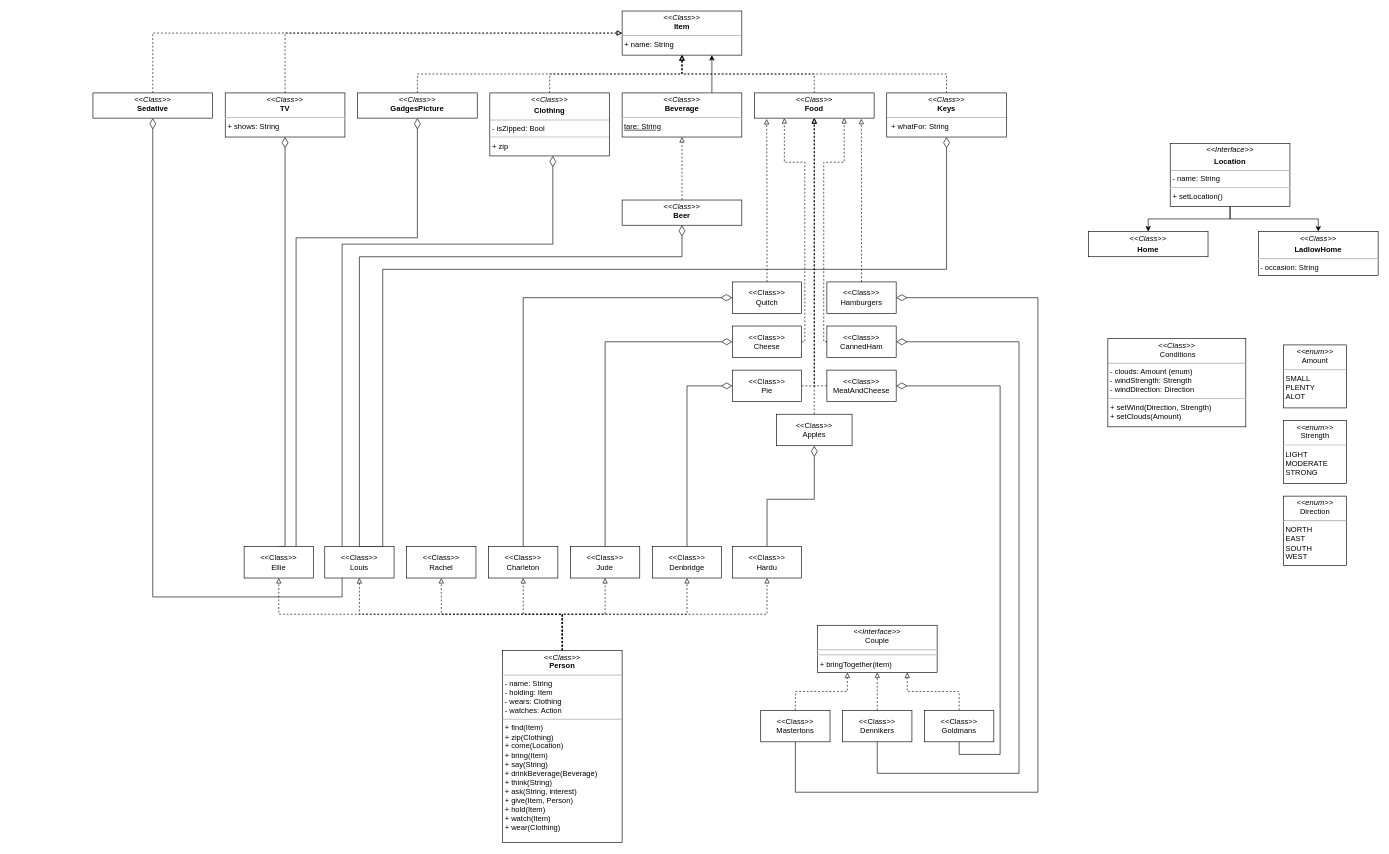
Above: Untitled Diagram.drawio in Sat1l/laba4 (draw.io), before the change. Source tidied: cells renumbered, new cells numbered last; positions are measured from the earlier drawing's top-left corner, leaving out a move shared by most shapes. Both pictures are drawn from the tidied source at 63%, with x=0, y=0 at pixel (93, 11).
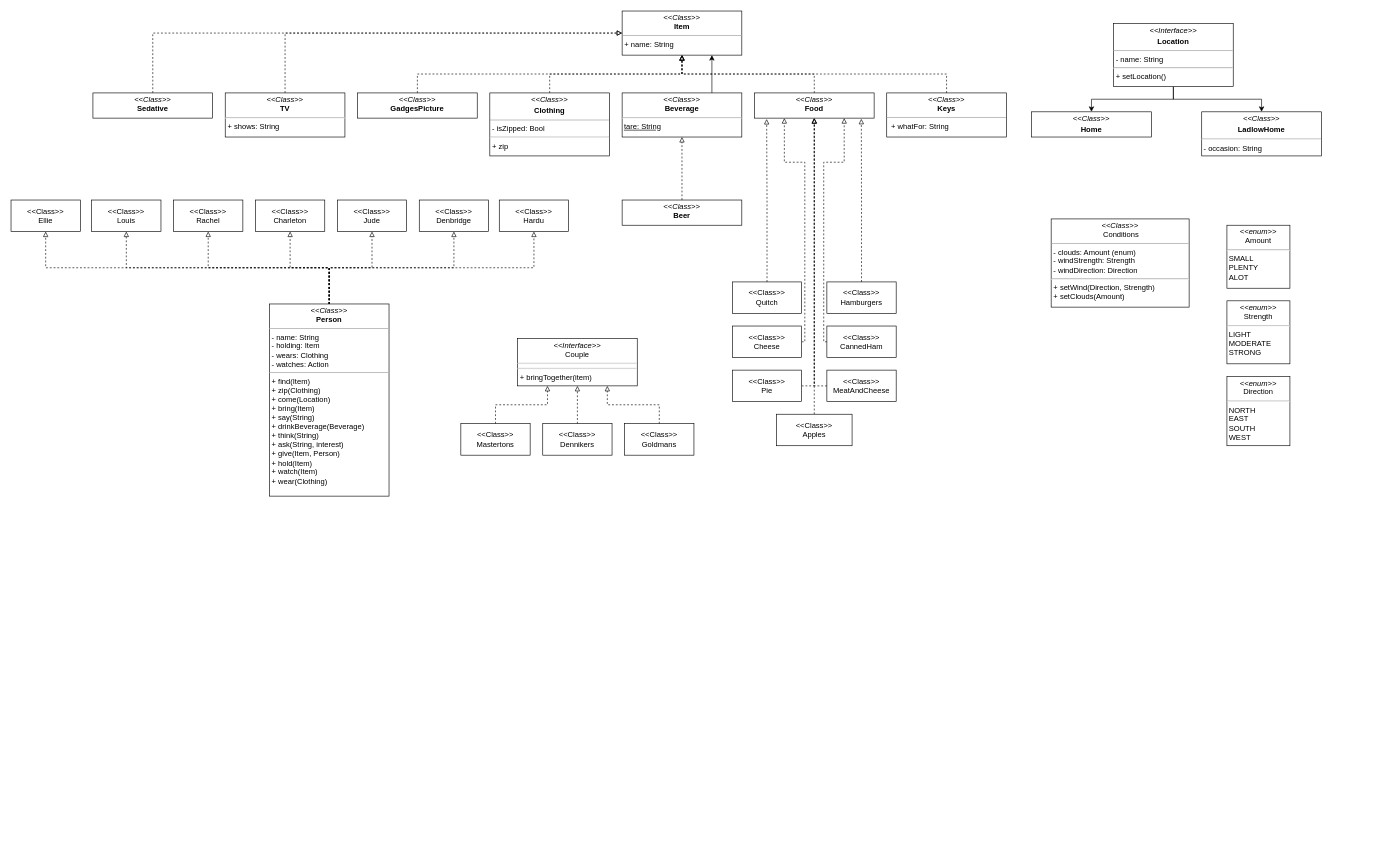
After the change.

The change refers to these unchanged cells:
```xml
<mxCell id="12" value="&lt;p style=&quot;margin:0px;margin-top:4px;text-align:center;&quot;&gt;&lt;i&gt;&amp;lt;&amp;lt;Class&amp;gt;&amp;gt;&lt;/i&gt;&lt;br&gt;&lt;b&gt;GadgesPicture&lt;/b&gt;&lt;/p&gt;&lt;p style=&quot;margin:0px;margin-left:4px;&quot;&gt;&lt;br&gt;&lt;/p&gt;" style="verticalAlign=top;align=left;overflow=fill;fontSize=12;fontFamily=Helvetica;html=1;whiteSpace=wrap;" parent="1" vertex="1">
  <mxGeometry x="420" y="130" width="190" height="40" as="geometry" />
</mxCell>
<mxCell id="14" value="&lt;p style=&quot;margin:0px;margin-top:4px;text-align:center;&quot;&gt;&lt;i&gt;&amp;lt;&amp;lt;Class&lt;/i&gt;&lt;i&gt;&amp;gt;&amp;gt;&lt;/i&gt;&lt;/p&gt;&lt;p style=&quot;margin:0px;margin-top:4px;text-align:center;&quot;&gt;&lt;b&gt;Clothing&lt;/b&gt;&lt;/p&gt;&lt;hr size=&quot;1&quot;&gt;&lt;p style=&quot;margin:0px;margin-left:4px;&quot;&gt;- isZipped: Bool&lt;/p&gt;&lt;hr&gt;&lt;p style=&quot;margin:0px;margin-left:4px;&quot;&gt;+ zip&lt;/p&gt;" style="verticalAlign=top;align=left;overflow=fill;fontSize=12;fontFamily=Helvetica;html=1;whiteSpace=wrap;" parent="1" vertex="1">
  <mxGeometry x="630" y="130" width="190" height="100" as="geometry" />
</mxCell>
<mxCell id="21" value="&lt;p style=&quot;margin:0px;margin-top:4px;text-align:center;&quot;&gt;&lt;i&gt;&amp;lt;&amp;lt;Class&amp;gt;&amp;gt;&lt;/i&gt;&lt;br&gt;&lt;b&gt;Keys&lt;/b&gt;&lt;/p&gt;&lt;hr size=&quot;1&quot;&gt;&lt;p style=&quot;margin:0px;margin-left:4px;&quot;&gt;&amp;nbsp;+ whatFor: String&lt;/p&gt;" style="verticalAlign=top;align=left;overflow=fill;fontSize=12;fontFamily=Helvetica;html=1;whiteSpace=wrap;" parent="1" vertex="1">
  <mxGeometry x="1260" y="130" width="190" height="70" as="geometry" />
</mxCell>
<mxCell id="26" value="&lt;p style=&quot;margin:0px;margin-top:4px;text-align:center;&quot;&gt;&lt;i&gt;&amp;lt;&amp;lt;Class&amp;gt;&amp;gt;&lt;/i&gt;&lt;br&gt;&lt;b&gt;Beer&lt;/b&gt;&lt;/p&gt;&lt;p style=&quot;margin:0px;margin-left:4px;&quot;&gt;&lt;br&gt;&lt;/p&gt;" style="verticalAlign=top;align=left;overflow=fill;fontSize=12;fontFamily=Helvetica;html=1;whiteSpace=wrap;" parent="1" vertex="1">
  <mxGeometry x="840" y="300" width="190" height="40" as="geometry" />
</mxCell>
<mxCell id="42" value="&amp;lt;&amp;lt;Class&amp;gt;&amp;gt;&lt;br&gt;Quitch" style="html=1;whiteSpace=wrap;" parent="1" vertex="1">
  <mxGeometry x="1015" y="430" width="110" height="50" as="geometry" />
</mxCell>
<mxCell id="44" value="&amp;lt;&amp;lt;Class&amp;gt;&amp;gt;&lt;br&gt;Cheese" style="html=1;whiteSpace=wrap;" parent="1" vertex="1">
  <mxGeometry x="1015" y="500" width="110" height="50" as="geometry" />
</mxCell>
<mxCell id="46" value="&amp;lt;&amp;lt;Class&amp;gt;&amp;gt;&lt;br&gt;Pie" style="html=1;whiteSpace=wrap;" parent="1" vertex="1">
  <mxGeometry x="1015" y="570" width="110" height="50" as="geometry" />
</mxCell>
<mxCell id="47" value="&amp;lt;&amp;lt;Class&amp;gt;&amp;gt;&lt;br&gt;Hamburgers" style="html=1;whiteSpace=wrap;" parent="1" vertex="1">
  <mxGeometry x="1165" y="430" width="110" height="50" as="geometry" />
</mxCell>
<mxCell id="49" value="&amp;lt;&amp;lt;Class&amp;gt;&amp;gt;&lt;br&gt;CannedHam" style="html=1;whiteSpace=wrap;" parent="1" vertex="1">
  <mxGeometry x="1165" y="500" width="110" height="50" as="geometry" />
</mxCell>
<mxCell id="51" value="&amp;lt;&amp;lt;Class&amp;gt;&amp;gt;&lt;br&gt;MeatAndCheese" style="html=1;whiteSpace=wrap;" parent="1" vertex="1">
  <mxGeometry x="1165" y="570" width="110" height="50" as="geometry" />
</mxCell>
<mxCell id="53" value="&amp;lt;&amp;lt;Class&amp;gt;&amp;gt;&lt;br&gt;Apples" style="html=1;whiteSpace=wrap;" parent="1" vertex="1">
  <mxGeometry x="1085" y="640" width="120" height="50" as="geometry" />
</mxCell>
<mxCell id="67" value="&lt;p style=&quot;margin:0px;margin-top:4px;text-align:center;&quot;&gt;&lt;i&gt;&amp;lt;&amp;lt;Class&amp;gt;&amp;gt;&lt;/i&gt;&lt;br&gt;&lt;b&gt;TV&lt;/b&gt;&lt;/p&gt;&lt;hr&gt;&lt;p style=&quot;margin:0px;margin-left:4px;&quot;&gt;+ shows: String&lt;/p&gt;" style="verticalAlign=top;align=left;overflow=fill;fontSize=12;fontFamily=Helvetica;html=1;whiteSpace=wrap;" parent="1" vertex="1">
  <mxGeometry x="210" y="130" width="190" height="70" as="geometry" />
</mxCell>
<mxCell id="72" value="&lt;p style=&quot;margin:0px;margin-top:4px;text-align:center;&quot;&gt;&lt;i&gt;&amp;lt;&amp;lt;Class&amp;gt;&amp;gt;&lt;/i&gt;&lt;br&gt;&lt;b&gt;Sedative&lt;/b&gt;&lt;/p&gt;" style="verticalAlign=top;align=left;overflow=fill;fontSize=12;fontFamily=Helvetica;html=1;whiteSpace=wrap;" parent="1" vertex="1">
  <mxGeometry y="130" width="190" height="40" as="geometry" />
</mxCell>
```

Diff of the diagram source:
```diff
@@
     <mxCell id="9" value="&lt;p style=&quot;margin:0px;margin-top:4px;text-align:center;&quot;&gt;&lt;i&gt;&amp;lt;&amp;lt;Class&amp;gt;&amp;gt;&lt;/i&gt;&lt;br&gt;&lt;b&gt;Person&lt;/b&gt;&lt;/p&gt;&lt;hr size=&quot;1&quot;&gt;&lt;p style=&quot;margin:0px;margin-left:4px;&quot;&gt;- name: String&lt;/p&gt;&lt;p style=&quot;margin:0px;margin-left:4px;&quot;&gt;- holding: Item&lt;/p&gt;&lt;p style=&quot;margin:0px;margin-left:4px;&quot;&gt;- wears: Clothing&lt;/p&gt;&lt;p style=&quot;margin:0px;margin-left:4px;&quot;&gt;- watches: Action&lt;/p&gt;&lt;hr size=&quot;1&quot;&gt;&lt;p style=&quot;margin:0px;margin-left:4px;&quot;&gt;+ find(Item)&lt;br&gt;+ zip(Clothing)&lt;/p&gt;&lt;p style=&quot;margin:0px;margin-left:4px;&quot;&gt;+ come(Location)&lt;/p&gt;&lt;p style=&quot;margin:0px;margin-left:4px;&quot;&gt;+ bring(Item)&lt;/p&gt;&lt;p style=&quot;margin:0px;margin-left:4px;&quot;&gt;+ say(String)&lt;/p&gt;&lt;p style=&quot;margin:0px;margin-left:4px;&quot;&gt;+ drinkBeverage(Beverage)&lt;/p&gt;&lt;p style=&quot;margin:0px;margin-left:4px;&quot;&gt;+ think(String)&lt;/p&gt;&lt;p style=&quot;margin:0px;margin-left:4px;&quot;&gt;+ ask(String, interest)&lt;/p&gt;&lt;p style=&quot;margin:0px;margin-left:4px;&quot;&gt;+ give(Item, Person)&lt;/p&gt;&lt;p style=&quot;margin:0px;margin-left:4px;&quot;&gt;+ hold(Item)&lt;/p&gt;&lt;p style=&quot;margin:0px;margin-left:4px;&quot;&gt;+ watch(Item)&lt;/p&gt;&lt;p style=&quot;margin:0px;margin-left:4px;&quot;&gt;+ wear(Clothing)&lt;/p&gt;" style="verticalAlign=top;align=left;overflow=fill;fontSize=12;fontFamily=Helvetica;html=1;whiteSpace=wrap;" parent="1" vertex="1">
-      <mxGeometry x="650" y="1015" width="190" height="305" as="geometry" />
+      <mxGeometry x="280" y="465" width="190" height="305" as="geometry" />
     </mxCell>
@@
     <mxCell id="17" value="&lt;p style=&quot;margin:0px;margin-top:4px;text-align:center;&quot;&gt;&lt;i&gt;&amp;lt;&amp;lt;Class&amp;gt;&amp;gt;&lt;/i&gt;&lt;br&gt;&amp;nbsp;Conditions&lt;/p&gt;&lt;hr size=&quot;1&quot;&gt;&lt;p style=&quot;margin:0px;margin-left:4px;&quot;&gt;- clouds: Amount (enum)&lt;br&gt;&lt;/p&gt;&lt;p style=&quot;margin:0px;margin-left:4px;&quot;&gt;- windStrength: Strength&lt;/p&gt;&lt;p style=&quot;margin:0px;margin-left:4px;&quot;&gt;- windDirection: Direction&lt;/p&gt;&lt;hr&gt;&lt;p style=&quot;margin:0px;margin-left:4px;&quot;&gt;+ setWind(Direction, Strength)&lt;/p&gt;&lt;p style=&quot;margin:0px;margin-left:4px;&quot;&gt;+ setClouds(Amount)&lt;/p&gt;" style="verticalAlign=top;align=left;overflow=fill;fontSize=12;fontFamily=Helvetica;html=1;whiteSpace=wrap;" parent="1" vertex="1">
-      <mxGeometry x="1611" y="520" width="219" height="140" as="geometry" />
+      <mxGeometry x="1521" y="330" width="219" height="140" as="geometry" />
     </mxCell>
@@
     <mxCell id="24" value="&lt;p style=&quot;margin:0px;margin-top:4px;text-align:center;&quot;&gt;&lt;i&gt;&amp;lt;&amp;lt;Interface&lt;/i&gt;&lt;i&gt;&amp;gt;&amp;gt;&lt;/i&gt;&lt;/p&gt;&lt;p style=&quot;margin:0px;margin-top:4px;text-align:center;&quot;&gt;&lt;b&gt;Location&lt;/b&gt;&lt;/p&gt;&lt;hr size=&quot;1&quot;&gt;&lt;p style=&quot;margin:0px;margin-left:4px;&quot;&gt;- name: String&lt;/p&gt;&lt;hr&gt;&lt;p style=&quot;margin:0px;margin-left:4px;&quot;&gt;+ setLocation()&lt;/p&gt;" style="verticalAlign=top;align=left;overflow=fill;fontSize=12;fontFamily=Helvetica;html=1;whiteSpace=wrap;" parent="1" vertex="1">
-      <mxGeometry x="1710" y="210" width="190" height="100" as="geometry" />
+      <mxGeometry x="1620" y="20" width="190" height="100" as="geometry" />
     </mxCell>
@@
     <mxCell id="27" value="&lt;p style=&quot;margin:0px;margin-top:4px;text-align:center;&quot;&gt;&lt;i&gt;&amp;lt;&amp;lt;Class&lt;/i&gt;&lt;i&gt;&amp;gt;&amp;gt;&lt;/i&gt;&lt;/p&gt;&lt;p style=&quot;margin:0px;margin-top:4px;text-align:center;&quot;&gt;&lt;b&gt;Home&lt;/b&gt;&lt;/p&gt;" style="verticalAlign=top;align=left;overflow=fill;fontSize=12;fontFamily=Helvetica;html=1;whiteSpace=wrap;" parent="1" vertex="1">
-      <mxGeometry x="1580" y="350" width="190" height="40" as="geometry" />
+      <mxGeometry x="1490" y="160" width="190" height="40" as="geometry" />
     </mxCell>
-    <mxCell id="28" style="edgeStyle=orthogonalEdgeStyle;rounded=0;jettySize=auto;html=1;exitX=0.25;exitY=0;exitDx=0;exitDy=0;endArrow=diamondThin;endFill=0;endSize=15;" parent="1" edge="1" source="32" target="14">
-      <mxGeometry relative="1" as="geometry">
-        <Array as="points">
-          <mxPoint x="395" y="370" />
-          <mxPoint x="730" y="370" />
-        </Array>
-      </mxGeometry>
-    </mxCell>
-    <mxCell id="29" style="edgeStyle=orthogonalEdgeStyle;rounded=0;jettySize=auto;html=1;exitX=0.5;exitY=0;exitDx=0;exitDy=0;endArrow=diamondThin;endFill=0;endSize=15;" parent="1" edge="1" source="32" target="21">
-      <mxGeometry relative="1" as="geometry">
-        <Array as="points">
-          <mxPoint x="460" y="850" />
-          <mxPoint x="460" y="410" />
-          <mxPoint x="1355" y="410" />
-        </Array>
-      </mxGeometry>
-    </mxCell>
-    <mxCell id="30" style="edgeStyle=orthogonalEdgeStyle;rounded=0;jettySize=auto;html=1;exitX=0.5;exitY=0;exitDx=0;exitDy=0;entryX=0.5;entryY=1;entryDx=0;entryDy=0;endArrow=diamondThin;endFill=0;endSize=15;" parent="1" edge="1" source="32" target="26">
-      <mxGeometry relative="1" as="geometry">
-        <Array as="points">
-          <mxPoint x="423" y="390" />
-          <mxPoint x="935" y="390" />
-        </Array>
-      </mxGeometry>
-    </mxCell>
-    <mxCell id="31" style="edgeStyle=orthogonalEdgeStyle;rounded=0;jettySize=auto;html=1;exitX=0.25;exitY=1;exitDx=0;exitDy=0;endArrow=diamondThin;endFill=0;endSize=15;" parent="1" edge="1" source="32" target="72">
-      <mxGeometry relative="1" as="geometry">
-        <Array as="points">
-          <mxPoint x="395" y="930" />
-          <mxPoint x="95" y="930" />
-        </Array>
-      </mxGeometry>
-    </mxCell>
     <mxCell id="32" value="&amp;lt;&amp;lt;Class&amp;gt;&amp;gt;&lt;br&gt;Louis" style="html=1;whiteSpace=wrap;" parent="1" vertex="1">
-      <mxGeometry x="368" y="850" width="110" height="50" as="geometry" />
+      <mxGeometry x="-2" y="300" width="110" height="50" as="geometry" />
     </mxCell>
     <mxCell id="33" value="&amp;lt;&amp;lt;Class&amp;gt;&amp;gt;&lt;br&gt;Rachel" style="html=1;whiteSpace=wrap;" parent="1" vertex="1">
-      <mxGeometry x="498" y="850" width="110" height="50" as="geometry" />
+      <mxGeometry x="128" y="300" width="110" height="50" as="geometry" />
     </mxCell>
-    <mxCell id="34" style="edgeStyle=orthogonalEdgeStyle;rounded=0;jettySize=auto;html=1;exitX=0.5;exitY=0;exitDx=0;exitDy=0;entryX=0;entryY=0.5;entryDx=0;entryDy=0;endArrow=diamondThin;endFill=0;endSize=16;" parent="1" edge="1" source="35" target="42">
-      <mxGeometry relative="1" as="geometry" />
-    </mxCell>
     <mxCell id="35" value="&amp;lt;&amp;lt;Class&amp;gt;&amp;gt;&lt;br&gt;Charleton" style="html=1;whiteSpace=wrap;" parent="1" vertex="1">
-      <mxGeometry x="628" y="850" width="110" height="50" as="geometry" />
+      <mxGeometry x="258" y="300" width="110" height="50" as="geometry" />
     </mxCell>
-    <mxCell id="36" style="edgeStyle=orthogonalEdgeStyle;rounded=0;jettySize=auto;html=1;exitX=0.5;exitY=0;exitDx=0;exitDy=0;entryX=0;entryY=0.5;entryDx=0;entryDy=0;endArrow=diamondThin;endFill=0;endSize=15;" parent="1" edge="1" source="37" target="44">
-      <mxGeometry relative="1" as="geometry" />
-    </mxCell>
     <mxCell id="37" value="&amp;lt;&amp;lt;Class&amp;gt;&amp;gt;&lt;br&gt;Jude" style="html=1;whiteSpace=wrap;" parent="1" vertex="1">
-      <mxGeometry x="758" y="850" width="110" height="50" as="geometry" />
+      <mxGeometry x="388" y="300" width="110" height="50" as="geometry" />
     </mxCell>
-    <mxCell id="38" style="edgeStyle=orthogonalEdgeStyle;rounded=0;jettySize=auto;html=1;exitX=0.5;exitY=0;exitDx=0;exitDy=0;entryX=0;entryY=0.5;entryDx=0;entryDy=0;endArrow=diamondThin;endFill=0;endSize=15;" parent="1" edge="1" source="39" target="46">
-      <mxGeometry relative="1" as="geometry" />
-    </mxCell>
     <mxCell id="39" value="&amp;lt;&amp;lt;Class&amp;gt;&amp;gt;&lt;br&gt;Denbridge" style="html=1;whiteSpace=wrap;" parent="1" vertex="1">
-      <mxGeometry x="888" y="850" width="110" height="50" as="geometry" />
+      <mxGeometry x="518" y="300" width="110" height="50" as="geometry" />
     </mxCell>
-    <mxCell id="40" style="edgeStyle=orthogonalEdgeStyle;rounded=0;jettySize=auto;html=1;exitX=0.5;exitY=0;exitDx=0;exitDy=0;entryX=0.5;entryY=1;entryDx=0;entryDy=0;endArrow=diamondThin;endFill=0;endSize=15;" parent="1" edge="1" source="41" target="53">
-      <mxGeometry relative="1" as="geometry" />
-    </mxCell>
     <mxCell id="41" value="&amp;lt;&amp;lt;Class&amp;gt;&amp;gt;&lt;br&gt;Hardu" style="html=1;whiteSpace=wrap;" parent="1" vertex="1">
-      <mxGeometry x="1015" y="850" width="110" height="50" as="geometry" />
+      <mxGeometry x="645" y="300" width="110" height="50" as="geometry" />
     </mxCell>
@@
     <mxCell id="56" value="&lt;p style=&quot;margin:0px;margin-top:4px;text-align:center;&quot;&gt;&lt;i&gt;&amp;lt;&amp;lt;Interface&amp;gt;&amp;gt;&lt;/i&gt;&lt;br&gt;Couple&lt;/p&gt;&lt;hr&gt;&lt;hr&gt;&lt;p style=&quot;margin:0px;margin-left:4px;&quot;&gt;+ bringTogether(item)&lt;/p&gt;" style="verticalAlign=top;align=left;overflow=fill;fontSize=12;fontFamily=Helvetica;html=1;whiteSpace=wrap;" parent="1" vertex="1">
-      <mxGeometry x="1150" y="975" width="190" height="75" as="geometry" />
+      <mxGeometry x="674" y="520" width="190" height="75" as="geometry" />
     </mxCell>
@@
-    <mxCell id="58" style="edgeStyle=orthogonalEdgeStyle;rounded=0;jettySize=auto;html=1;exitX=0.5;exitY=1;exitDx=0;exitDy=0;entryX=1;entryY=0.5;entryDx=0;entryDy=0;endArrow=diamondThin;endFill=0;endSize=15;" parent="1" edge="1" source="59" target="47">
-      <mxGeometry relative="1" as="geometry">
-        <Array as="points">
-          <mxPoint x="1115" y="1240" />
-          <mxPoint x="1500" y="1240" />
-          <mxPoint x="1500" y="455" />
-        </Array>
-      </mxGeometry>
-    </mxCell>
     <mxCell id="59" value="&amp;lt;&amp;lt;Class&amp;gt;&amp;gt;&lt;br&gt;Mastertons" style="html=1;whiteSpace=wrap;" parent="1" vertex="1">
-      <mxGeometry x="1060" y="1110" width="110" height="50" as="geometry" />
+      <mxGeometry x="584" y="655" width="110" height="50" as="geometry" />
     </mxCell>
@@
-    <mxCell id="61" style="edgeStyle=orthogonalEdgeStyle;rounded=0;jettySize=auto;html=1;exitX=0.5;exitY=1;exitDx=0;exitDy=0;entryX=1;entryY=0.5;entryDx=0;entryDy=0;endSize=15;endArrow=diamondThin;endFill=0;" parent="1" edge="1" source="62" target="49">
-      <mxGeometry relative="1" as="geometry">
-        <Array as="points">
-          <mxPoint x="1245" y="1210" />
-          <mxPoint x="1470" y="1210" />
-          <mxPoint x="1470" y="525" />
-        </Array>
-      </mxGeometry>
-    </mxCell>
     <mxCell id="62" value="&amp;lt;&amp;lt;Class&amp;gt;&amp;gt;&lt;br&gt;Dennikers" style="html=1;whiteSpace=wrap;" parent="1" vertex="1">
-      <mxGeometry x="1190" y="1110" width="110" height="50" as="geometry" />
+      <mxGeometry x="714" y="655" width="110" height="50" as="geometry" />
     </mxCell>
@@
-    <mxCell id="64" style="edgeStyle=orthogonalEdgeStyle;rounded=0;jettySize=auto;html=1;exitX=0.5;exitY=1;exitDx=0;exitDy=0;entryX=1;entryY=0.5;entryDx=0;entryDy=0;endArrow=diamondThin;endFill=0;endSize=15;" parent="1" edge="1" source="65" target="51">
-      <mxGeometry relative="1" as="geometry">
-        <Array as="points">
-          <mxPoint x="1375" y="1180" />
-          <mxPoint x="1440" y="1180" />
-          <mxPoint x="1440" y="595" />
-        </Array>
-      </mxGeometry>
-    </mxCell>
     <mxCell id="65" value="&amp;lt;&amp;lt;Class&amp;gt;&amp;gt;&lt;br&gt;Goldmans" style="html=1;whiteSpace=wrap;" parent="1" vertex="1">
-      <mxGeometry x="1320" y="1110" width="110" height="50" as="geometry" />
+      <mxGeometry x="844" y="655" width="110" height="50" as="geometry" />
     </mxCell>
@@
-    <mxCell id="68" style="edgeStyle=orthogonalEdgeStyle;rounded=0;jettySize=auto;html=1;exitX=0.5;exitY=0;exitDx=0;exitDy=0;endArrow=diamondThin;endFill=0;endSize=15;" parent="1" edge="1" source="70" target="67">
-      <mxGeometry relative="1" as="geometry">
-        <Array as="points">
-          <mxPoint x="305" y="850" />
-        </Array>
-      </mxGeometry>
-    </mxCell>
-    <mxCell id="69" style="edgeStyle=orthogonalEdgeStyle;rounded=0;jettySize=auto;html=1;exitX=0.75;exitY=0;exitDx=0;exitDy=0;endArrow=diamondThin;endFill=0;endSize=15;" parent="1" edge="1" source="70" target="12">
-      <mxGeometry relative="1" as="geometry">
-        <Array as="points">
-          <mxPoint x="323" y="360" />
-          <mxPoint x="515" y="360" />
-        </Array>
-      </mxGeometry>
-    </mxCell>
     <mxCell id="70" value="&amp;lt;&amp;lt;Class&amp;gt;&amp;gt;&lt;br&gt;Ellie" style="html=1;whiteSpace=wrap;" parent="1" vertex="1">
-      <mxGeometry x="240" y="850" width="110" height="50" as="geometry" />
+      <mxGeometry x="-130" y="300" width="110" height="50" as="geometry" />
     </mxCell>
@@
     <mxCell id="73" value="&lt;p style=&quot;margin:0px;margin-top:4px;text-align:center;&quot;&gt;&lt;i&gt;&amp;lt;&amp;lt;enum&amp;gt;&amp;gt;&lt;/i&gt;&lt;br&gt;Amount&lt;/p&gt;&lt;hr&gt;&amp;nbsp;SMALL&lt;br&gt;&amp;nbsp;PLENTY&lt;br&gt;&amp;nbsp;ALOT" style="verticalAlign=top;align=left;overflow=fill;fontSize=12;fontFamily=Helvetica;html=1;whiteSpace=wrap;" parent="1" vertex="1">
-      <mxGeometry x="1890" y="530" width="100" height="100" as="geometry" />
+      <mxGeometry x="1800" y="340" width="100" height="100" as="geometry" />
     </mxCell>
     <mxCell id="74" value="&lt;p style=&quot;margin:0px;margin-top:4px;text-align:center;&quot;&gt;&lt;i&gt;&amp;lt;&amp;lt;enum&amp;gt;&amp;gt;&lt;/i&gt;&lt;br&gt;Strength&lt;/p&gt;&lt;hr&gt;&amp;nbsp;LIGHT&lt;br&gt;&amp;nbsp;MODERATE&lt;br&gt;&amp;nbsp;STRONG" style="verticalAlign=top;align=left;overflow=fill;fontSize=12;fontFamily=Helvetica;html=1;whiteSpace=wrap;" parent="1" vertex="1">
-      <mxGeometry x="1890" y="650" width="100" height="100" as="geometry" />
+      <mxGeometry x="1800" y="460" width="100" height="100" as="geometry" />
     </mxCell>
     <mxCell id="75" value="&lt;p style=&quot;margin:0px;margin-top:4px;text-align:center;&quot;&gt;&lt;i&gt;&amp;lt;&amp;lt;enum&amp;gt;&amp;gt;&lt;/i&gt;&lt;br&gt;Direction&lt;/p&gt;&lt;hr&gt;&amp;nbsp;NORTH&lt;br&gt;&amp;nbsp;EAST&lt;br&gt;&amp;nbsp;SOUTH&lt;br&gt;&amp;nbsp;WEST" style="verticalAlign=top;align=left;overflow=fill;fontSize=12;fontFamily=Helvetica;html=1;whiteSpace=wrap;" parent="1" vertex="1">
-      <mxGeometry x="1890" y="770" width="100" height="110" as="geometry" />
+      <mxGeometry x="1800" y="580" width="100" height="110" as="geometry" />
     </mxCell>
     <mxCell id="76" value="&lt;p style=&quot;margin:0px;margin-top:4px;text-align:center;&quot;&gt;&lt;i&gt;&amp;lt;&amp;lt;Class&lt;/i&gt;&lt;i&gt;&amp;gt;&amp;gt;&lt;/i&gt;&lt;/p&gt;&lt;p style=&quot;margin:0px;margin-top:4px;text-align:center;&quot;&gt;&lt;b&gt;LadlowHome&lt;/b&gt;&lt;/p&gt;&lt;hr&gt;&amp;nbsp;- occasion: String" style="verticalAlign=top;align=left;overflow=fill;fontSize=12;fontFamily=Helvetica;html=1;whiteSpace=wrap;" parent="1" vertex="1">
-      <mxGeometry x="1850" y="350" width="190" height="70" as="geometry" />
+      <mxGeometry x="1760" y="160" width="190" height="70" as="geometry" />
     </mxCell>
```
